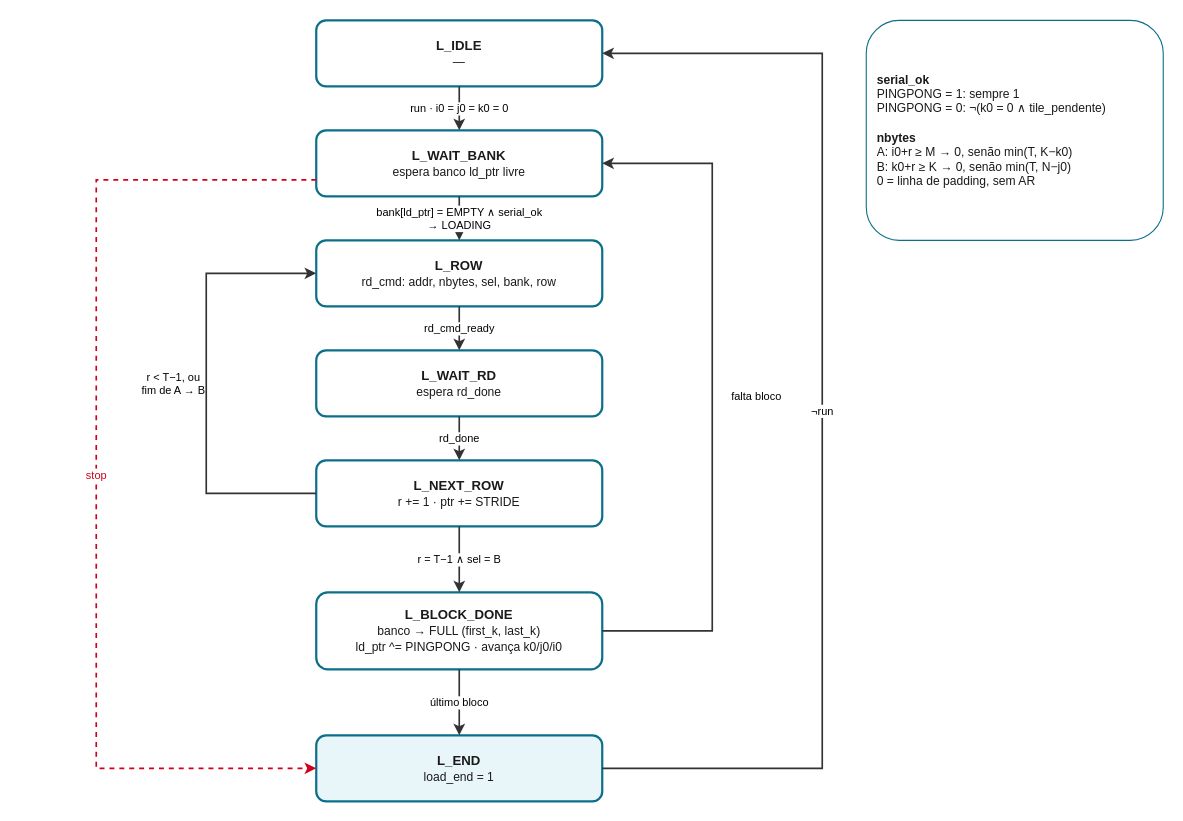
This is docs/img/dma_load_fsm.drawio from jairsdev/rv32-dma, a draw.io file, before an edit. Source tidied: cells renumbered, new cells numbered last; positions are measured from the earlier drawing's top-left corner, leaving out a move shared by most shapes. Both pictures are drawn from the tidied source at 110%, with x=0, y=0 at pixel (96, 20).
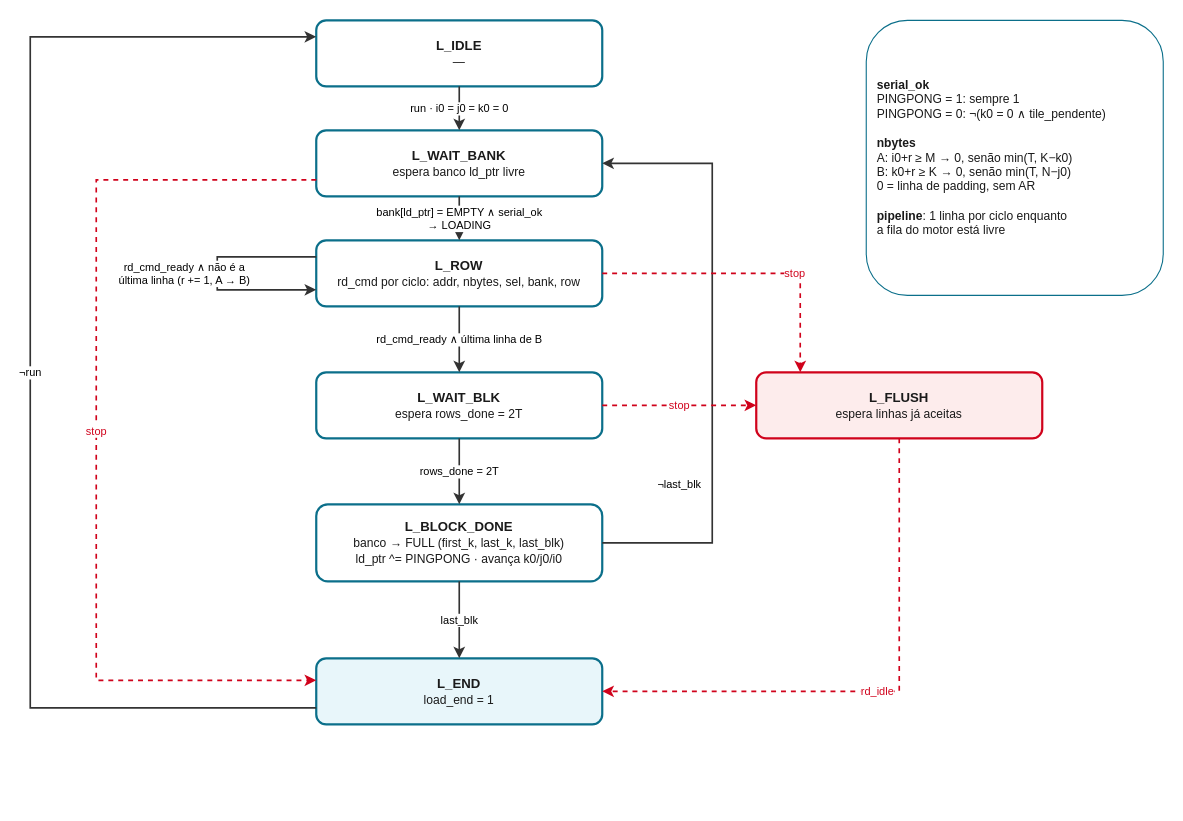
The same diagram, later.

The change refers to these unchanged cells:
```xml
<mxCell id="2" value="L_IDLE&lt;br&gt;&lt;span style='font-weight:normal;font-size:11px'&gt;—&lt;/span&gt;" style="whiteSpace=wrap;html=1;fontSize=12;fontStyle=1;rounded=1;fillColor=#FFFFFF;strokeColor=#0B6F8A;strokeWidth=2;fontColor=#1A1A1A;" parent="1" vertex="1">
  <mxGeometry x="200" width="260" height="60" as="geometry" />
</mxCell>
<mxCell id="3" value="L_WAIT_BANK&lt;br&gt;&lt;span style='font-weight:normal;font-size:11px'&gt;espera banco ld_ptr livre&lt;/span&gt;" style="whiteSpace=wrap;html=1;fontSize=12;fontStyle=1;rounded=1;fillColor=#FFFFFF;strokeColor=#0B6F8A;strokeWidth=2;fontColor=#1A1A1A;" parent="1" vertex="1">
  <mxGeometry x="200" y="100" width="260" height="60" as="geometry" />
</mxCell>
```

What changed in the source:
```diff
@@
-    <mxCell id="4" value="L_ROW&lt;br&gt;&lt;span style='font-weight:normal;font-size:11px'&gt;rd_cmd: addr, nbytes, sel, bank, row&lt;/span&gt;" style="whiteSpace=wrap;html=1;fontSize=12;fontStyle=1;rounded=1;fillColor=#FFFFFF;strokeColor=#0B6F8A;strokeWidth=2;fontColor=#1A1A1A;" parent="1" vertex="1">
+    <mxCell id="4" value="L_ROW&lt;br&gt;&lt;span style='font-weight:normal;font-size:11px'&gt;rd_cmd por ciclo: addr, nbytes, sel, bank, row&lt;/span&gt;" style="whiteSpace=wrap;html=1;fontSize=12;fontStyle=1;rounded=1;fillColor=#FFFFFF;strokeColor=#0B6F8A;strokeWidth=2;fontColor=#1A1A1A;" parent="1" vertex="1">
       <mxGeometry x="200" y="200" width="260" height="60" as="geometry" />
     </mxCell>
-    <mxCell id="5" value="L_WAIT_RD&lt;br&gt;&lt;span style='font-weight:normal;font-size:11px'&gt;espera rd_done&lt;/span&gt;" style="whiteSpace=wrap;html=1;fontSize=12;fontStyle=1;rounded=1;fillColor=#FFFFFF;strokeColor=#0B6F8A;strokeWidth=2;fontColor=#1A1A1A;" parent="1" vertex="1">
-      <mxGeometry x="200" y="300" width="260" height="60" as="geometry" />
-    </mxCell>
-    <mxCell id="6" value="L_NEXT_ROW&lt;br&gt;&lt;span style='font-weight:normal;font-size:11px'&gt;r += 1 · ptr += STRIDE&lt;/span&gt;" style="whiteSpace=wrap;html=1;fontSize=12;fontStyle=1;rounded=1;fillColor=#FFFFFF;strokeColor=#0B6F8A;strokeWidth=2;fontColor=#1A1A1A;" parent="1" vertex="1">
-      <mxGeometry x="200" y="400" width="260" height="60" as="geometry" />
-    </mxCell>
+    <mxCell id="20" value="L_WAIT_BLK&lt;br&gt;&lt;span style='font-weight:normal;font-size:11px'&gt;espera rows_done = 2T&lt;/span&gt;" style="whiteSpace=wrap;html=1;fontSize=12;fontStyle=1;rounded=1;fillColor=#FFFFFF;strokeColor=#0B6F8A;strokeWidth=2;fontColor=#1A1A1A;" parent="1" vertex="1">
+      <mxGeometry x="200" y="320" width="260" height="60" as="geometry" />
+    </mxCell>
-    <mxCell id="7" value="L_BLOCK_DONE&lt;br&gt;&lt;span style='font-weight:normal;font-size:11px'&gt;banco → FULL (first_k, last_k)&lt;br&gt;ld_ptr ^= PINGPONG · avança k0/j0/i0&lt;/span&gt;" style="whiteSpace=wrap;html=1;fontSize=12;fontStyle=1;rounded=1;fillColor=#FFFFFF;strokeColor=#0B6F8A;strokeWidth=2;fontColor=#1A1A1A;" parent="1" vertex="1">
-      <mxGeometry x="200" y="520" width="260" height="70" as="geometry" />
+    <mxCell id="7" value="L_BLOCK_DONE&lt;br&gt;&lt;span style='font-weight:normal;font-size:11px'&gt;banco → FULL (first_k, last_k, last_blk)&lt;br&gt;ld_ptr ^= PINGPONG · avança k0/j0/i0&lt;/span&gt;" style="whiteSpace=wrap;html=1;fontSize=12;fontStyle=1;rounded=1;fillColor=#FFFFFF;strokeColor=#0B6F8A;strokeWidth=2;fontColor=#1A1A1A;" parent="1" vertex="1">
+      <mxGeometry x="200" y="440" width="260" height="70" as="geometry" />
     </mxCell>
     <mxCell id="8" value="L_END&lt;br&gt;&lt;span style='font-weight:normal;font-size:11px'&gt;load_end = 1&lt;/span&gt;" style="whiteSpace=wrap;html=1;fontSize=12;fontStyle=1;rounded=1;fillColor=#E8F6FA;strokeColor=#0B6F8A;strokeWidth=2;fontColor=#1A1A1A;" parent="1" vertex="1">
-      <mxGeometry x="200" y="650" width="260" height="60" as="geometry" />
+      <mxGeometry x="200" y="580" width="260" height="60" as="geometry" />
     </mxCell>
+    <mxCell id="21" value="L_FLUSH&lt;br&gt;&lt;span style='font-weight:normal;font-size:11px'&gt;espera linhas já aceitas&lt;/span&gt;" style="whiteSpace=wrap;html=1;fontSize=12;fontStyle=1;rounded=1;fillColor=#FDECEC;strokeColor=#D0021B;strokeWidth=2;fontColor=#1A1A1A;" parent="1" vertex="1">
+      <mxGeometry x="600" y="320" width="260" height="60" as="geometry" />
+    </mxCell>
@@
-    <mxCell id="11" value="rd_cmd_ready" style="edgeStyle=orthogonalEdgeStyle;rounded=0;html=1;fontSize=10;labelBackgroundColor=#FFFFFF;startArrow=classic;startFill=1;endArrow=classic;endFill=1;strokeWidth=2;strokeColor=#333333;strokeWidth=1.5;startArrow=none;strokeColor=#333333;exitX=0.5000;exitY=1.0000;exitDx=0;exitDy=0;entryX=0.5000;entryY=0.0000;entryDx=0;entryDy=0;" parent="1" edge="1" source="4" target="5">
-      <mxGeometry relative="1" as="geometry" />
+    <mxCell id="11" value="rd_cmd_ready ∧ não é a&lt;br&gt;última linha (r += 1, A → B)" style="edgeStyle=orthogonalEdgeStyle;rounded=0;html=1;fontSize=10;labelBackgroundColor=#FFFFFF;startArrow=classic;startFill=1;endArrow=classic;endFill=1;strokeWidth=2;strokeColor=#333333;strokeWidth=1.5;startArrow=none;strokeColor=#333333;exitX=0.0000;exitY=0.2500;exitDx=0;exitDy=0;entryX=0.0000;entryY=0.7500;entryDx=0;entryDy=0;" parent="1" edge="1" source="4" target="4">
+      <mxGeometry relative="1" as="geometry">
+        <Array as="points">
+          <mxPoint x="110" y="215" />
+          <mxPoint x="110" y="245" />
+        </Array>
+        <mxPoint x="-30" as="offset" />
+      </mxGeometry>
     </mxCell>
-    <mxCell id="12" value="rd_done" style="edgeStyle=orthogonalEdgeStyle;rounded=0;html=1;fontSize=10;labelBackgroundColor=#FFFFFF;startArrow=classic;startFill=1;endArrow=classic;endFill=1;strokeWidth=2;strokeColor=#333333;strokeWidth=1.5;startArrow=none;strokeColor=#333333;exitX=0.5000;exitY=1.0000;exitDx=0;exitDy=0;entryX=0.5000;entryY=0.0000;entryDx=0;entryDy=0;" parent="1" edge="1" source="5" target="6">
+    <mxCell id="12" value="rd_cmd_ready ∧ última linha de B" style="edgeStyle=orthogonalEdgeStyle;rounded=0;html=1;fontSize=10;labelBackgroundColor=#FFFFFF;startArrow=classic;startFill=1;endArrow=classic;endFill=1;strokeWidth=2;strokeColor=#333333;strokeWidth=1.5;startArrow=none;strokeColor=#333333;exitX=0.5000;exitY=1.0000;exitDx=0;exitDy=0;entryX=0.5000;entryY=0.0000;entryDx=0;entryDy=0;" parent="1" edge="1" source="4" target="20">
       <mxGeometry relative="1" as="geometry" />
     </mxCell>
-    <mxCell id="13" value="r &amp;lt; T−1, ou&lt;br&gt;fim de A → B" style="edgeStyle=orthogonalEdgeStyle;rounded=0;html=1;fontSize=10;labelBackgroundColor=#FFFFFF;startArrow=classic;startFill=1;endArrow=classic;endFill=1;strokeWidth=2;strokeColor=#333333;strokeWidth=1.5;startArrow=none;strokeColor=#333333;exitX=0.0000;exitY=0.5000;exitDx=0;exitDy=0;entryX=0.0000;entryY=0.5000;entryDx=0;entryDy=0;" parent="1" edge="1" source="6" target="4">
-      <mxGeometry relative="1" as="geometry">
-        <Array as="points">
-          <mxPoint x="100" y="430" />
-          <mxPoint x="100" y="230" />
-        </Array>
-        <mxPoint x="-30" as="offset" />
-      </mxGeometry>
+    <mxCell id="13" value="rows_done = 2T" style="edgeStyle=orthogonalEdgeStyle;rounded=0;html=1;fontSize=10;labelBackgroundColor=#FFFFFF;startArrow=classic;startFill=1;endArrow=classic;endFill=1;strokeWidth=2;strokeColor=#333333;strokeWidth=1.5;startArrow=none;strokeColor=#333333;exitX=0.5000;exitY=1.0000;exitDx=0;exitDy=0;entryX=0.5000;entryY=0.0000;entryDx=0;entryDy=0;" parent="1" edge="1" source="20" target="7">
+      <mxGeometry relative="1" as="geometry" />
     </mxCell>
-    <mxCell id="14" value="r = T−1 ∧ sel = B" style="edgeStyle=orthogonalEdgeStyle;rounded=0;html=1;fontSize=10;labelBackgroundColor=#FFFFFF;startArrow=classic;startFill=1;endArrow=classic;endFill=1;strokeWidth=2;strokeColor=#333333;strokeWidth=1.5;startArrow=none;strokeColor=#333333;exitX=0.5000;exitY=1.0000;exitDx=0;exitDy=0;entryX=0.5000;entryY=0.0000;entryDx=0;entryDy=0;" parent="1" edge="1" source="6" target="7">
-      <mxGeometry relative="1" as="geometry" />
+    <mxCell id="14" value="¬last_blk" style="edgeStyle=orthogonalEdgeStyle;rounded=0;html=1;fontSize=10;labelBackgroundColor=#FFFFFF;startArrow=classic;startFill=1;endArrow=classic;endFill=1;strokeWidth=2;strokeColor=#333333;strokeWidth=1.5;startArrow=none;strokeColor=#333333;exitX=1.0000;exitY=0.5000;exitDx=0;exitDy=0;entryX=1.0000;entryY=0.5000;entryDx=0;entryDy=0;" parent="1" edge="1" source="7" target="3">
+      <mxGeometry relative="1" as="geometry">
+        <Array as="points">
+          <mxPoint x="560" y="475" />
+          <mxPoint x="560" y="130" />
+        </Array>
+        <mxPoint x="-30" y="120" as="offset" />
+      </mxGeometry>
     </mxCell>
-    <mxCell id="15" value="falta bloco" style="edgeStyle=orthogonalEdgeStyle;rounded=0;html=1;fontSize=10;labelBackgroundColor=#FFFFFF;startArrow=classic;startFill=1;endArrow=classic;endFill=1;strokeWidth=2;strokeColor=#333333;strokeWidth=1.5;startArrow=none;strokeColor=#333333;exitX=1.0000;exitY=0.5000;exitDx=0;exitDy=0;entryX=1.0000;entryY=0.5000;entryDx=0;entryDy=0;" parent="1" edge="1" source="7" target="3">
-      <mxGeometry relative="1" as="geometry">
-        <Array as="points">
-          <mxPoint x="560" y="555" />
-          <mxPoint x="560" y="130" />
-        </Array>
-        <mxPoint x="40" as="offset" />
-      </mxGeometry>
+    <mxCell id="15" value="last_blk" style="edgeStyle=orthogonalEdgeStyle;rounded=0;html=1;fontSize=10;labelBackgroundColor=#FFFFFF;startArrow=classic;startFill=1;endArrow=classic;endFill=1;strokeWidth=2;strokeColor=#333333;strokeWidth=1.5;startArrow=none;strokeColor=#333333;exitX=0.5000;exitY=1.0000;exitDx=0;exitDy=0;entryX=0.5000;entryY=0.0000;entryDx=0;entryDy=0;" parent="1" edge="1" source="7" target="8">
+      <mxGeometry relative="1" as="geometry" />
     </mxCell>
-    <mxCell id="16" value="último bloco" style="edgeStyle=orthogonalEdgeStyle;rounded=0;html=1;fontSize=10;labelBackgroundColor=#FFFFFF;startArrow=classic;startFill=1;endArrow=classic;endFill=1;strokeWidth=2;strokeColor=#333333;strokeWidth=1.5;startArrow=none;strokeColor=#333333;exitX=0.5000;exitY=1.0000;exitDx=0;exitDy=0;entryX=0.5000;entryY=0.0000;entryDx=0;entryDy=0;" parent="1" edge="1" source="7" target="8">
-      <mxGeometry relative="1" as="geometry" />
+    <mxCell id="16" value="stop" style="edgeStyle=orthogonalEdgeStyle;rounded=0;html=1;fontSize=10;labelBackgroundColor=#FFFFFF;startArrow=classic;startFill=1;endArrow=classic;endFill=1;strokeWidth=2;strokeColor=#333333;strokeWidth=1.5;startArrow=none;strokeColor=#333333;dashed=1;strokeColor=#D0021B;fontColor=#D0021B;exitX=0.0000;exitY=0.7500;exitDx=0;exitDy=0;entryX=0.0000;entryY=0.3333;entryDx=0;entryDy=0;" parent="1" edge="1" source="3" target="8">
+      <mxGeometry relative="1" as="geometry">
+        <Array as="points">
+          <mxPoint y="145" />
+          <mxPoint y="600" />
+        </Array>
+      </mxGeometry>
     </mxCell>
-    <mxCell id="17" value="stop" style="edgeStyle=orthogonalEdgeStyle;rounded=0;html=1;fontSize=10;labelBackgroundColor=#FFFFFF;startArrow=classic;startFill=1;endArrow=classic;endFill=1;strokeWidth=2;strokeColor=#333333;strokeWidth=1.5;startArrow=none;strokeColor=#333333;dashed=1;strokeColor=#D0021B;fontColor=#D0021B;exitX=0.0000;exitY=0.7500;exitDx=0;exitDy=0;entryX=0.0000;entryY=0.5000;entryDx=0;entryDy=0;" parent="1" edge="1" source="3" target="8">
+    <mxCell id="17" value="stop" style="edgeStyle=orthogonalEdgeStyle;rounded=0;html=1;fontSize=10;labelBackgroundColor=#FFFFFF;startArrow=classic;startFill=1;endArrow=classic;endFill=1;strokeWidth=2;strokeColor=#333333;strokeWidth=1.5;startArrow=none;strokeColor=#333333;dashed=1;strokeColor=#D0021B;fontColor=#D0021B;exitX=1.0000;exitY=0.5000;exitDx=0;exitDy=0;entryX=0.1538;entryY=0.0000;entryDx=0;entryDy=0;" parent="1" edge="1" source="4" target="21">
       <mxGeometry relative="1" as="geometry">
         <Array as="points">
-          <mxPoint y="145" />
-          <mxPoint y="680" />
+          <mxPoint x="640" y="230" />
         </Array>
+        <mxPoint x="40" as="offset" />
       </mxGeometry>
     </mxCell>
-    <mxCell id="18" value="¬run" style="edgeStyle=orthogonalEdgeStyle;rounded=0;html=1;fontSize=10;labelBackgroundColor=#FFFFFF;startArrow=classic;startFill=1;endArrow=classic;endFill=1;strokeWidth=2;strokeColor=#333333;strokeWidth=1.5;startArrow=none;strokeColor=#333333;exitX=1.0000;exitY=0.5000;exitDx=0;exitDy=0;entryX=1.0000;entryY=0.5000;entryDx=0;entryDy=0;" parent="1" edge="1" source="8" target="2">
-      <mxGeometry relative="1" as="geometry">
-        <Array as="points">
-          <mxPoint x="660" y="680" />
-          <mxPoint x="660" y="30" />
-        </Array>
-      </mxGeometry>
+    <mxCell id="18" value="stop" style="edgeStyle=orthogonalEdgeStyle;rounded=0;html=1;fontSize=10;labelBackgroundColor=#FFFFFF;startArrow=classic;startFill=1;endArrow=classic;endFill=1;strokeWidth=2;strokeColor=#333333;strokeWidth=1.5;startArrow=none;strokeColor=#333333;dashed=1;strokeColor=#D0021B;fontColor=#D0021B;exitX=1.0000;exitY=0.5000;exitDx=0;exitDy=0;entryX=0.0000;entryY=0.5000;entryDx=0;entryDy=0;" parent="1" edge="1" source="20" target="21">
+      <mxGeometry relative="1" as="geometry" />
     </mxCell>
+    <mxCell id="22" value="rd_idle" style="edgeStyle=orthogonalEdgeStyle;rounded=0;html=1;fontSize=10;labelBackgroundColor=#FFFFFF;startArrow=classic;startFill=1;endArrow=classic;endFill=1;strokeWidth=2;strokeColor=#333333;strokeWidth=1.5;startArrow=none;strokeColor=#333333;dashed=1;strokeColor=#D0021B;fontColor=#D0021B;exitX=0.5000;exitY=1.0000;exitDx=0;exitDy=0;entryX=1.0000;entryY=0.5000;entryDx=0;entryDy=0;" parent="1" edge="1" source="21" target="8">
+      <mxGeometry relative="1" as="geometry">
+        <Array as="points">
+          <mxPoint x="730" y="610" />
+        </Array>
+      </mxGeometry>
+    </mxCell>
+    <mxCell id="23" value="¬run" style="edgeStyle=orthogonalEdgeStyle;rounded=0;html=1;fontSize=10;labelBackgroundColor=#FFFFFF;startArrow=classic;startFill=1;endArrow=classic;endFill=1;strokeWidth=2;strokeColor=#333333;strokeWidth=1.5;startArrow=none;strokeColor=#333333;exitX=0.0000;exitY=0.7500;exitDx=0;exitDy=0;entryX=0.0000;entryY=0.2500;entryDx=0;entryDy=0;" parent="1" edge="1" source="8" target="2">
+      <mxGeometry relative="1" as="geometry">
+        <Array as="points">
+          <mxPoint x="-60" y="625" />
+          <mxPoint x="-60" y="15" />
+        </Array>
+      </mxGeometry>
+    </mxCell>
-    <mxCell id="19" value="&lt;b&gt;serial_ok&lt;/b&gt;&lt;br&gt;PINGPONG = 1: sempre 1&lt;br&gt;PINGPONG = 0: ¬(k0 = 0 ∧ tile_pendente)&lt;br&gt;&lt;br&gt;&lt;b&gt;nbytes&lt;/b&gt;&lt;br&gt;A: i0+r ≥ M → 0, senão min(T, K−k0)&lt;br&gt;B: k0+r ≥ K → 0, senão min(T, N−j0)&lt;br&gt;0 = linha de padding, sem AR" style="rounded=1;whiteSpace=wrap;html=1;fontSize=11;fillColor=#FFFFFF;strokeColor=#0B6F8A;fontColor=#1A1A1A;align=left;spacingLeft=8;" parent="1" vertex="1">
-      <mxGeometry x="700" width="270" height="200" as="geometry" />
+    <mxCell id="19" value="&lt;b&gt;serial_ok&lt;/b&gt;&lt;br&gt;PINGPONG = 1: sempre 1&lt;br&gt;PINGPONG = 0: ¬(k0 = 0 ∧ tile_pendente)&lt;br&gt;&lt;br&gt;&lt;b&gt;nbytes&lt;/b&gt;&lt;br&gt;A: i0+r ≥ M → 0, senão min(T, K−k0)&lt;br&gt;B: k0+r ≥ K → 0, senão min(T, N−j0)&lt;br&gt;0 = linha de padding, sem AR&lt;br&gt;&lt;br&gt;&lt;b&gt;pipeline&lt;/b&gt;: 1 linha por ciclo enquanto&lt;br&gt;a fila do motor está livre" style="rounded=1;whiteSpace=wrap;html=1;fontSize=11;fillColor=#FFFFFF;strokeColor=#0B6F8A;fontColor=#1A1A1A;align=left;spacingLeft=8;" parent="1" vertex="1">
+      <mxGeometry x="700" width="270" height="250" as="geometry" />
     </mxCell>
```
